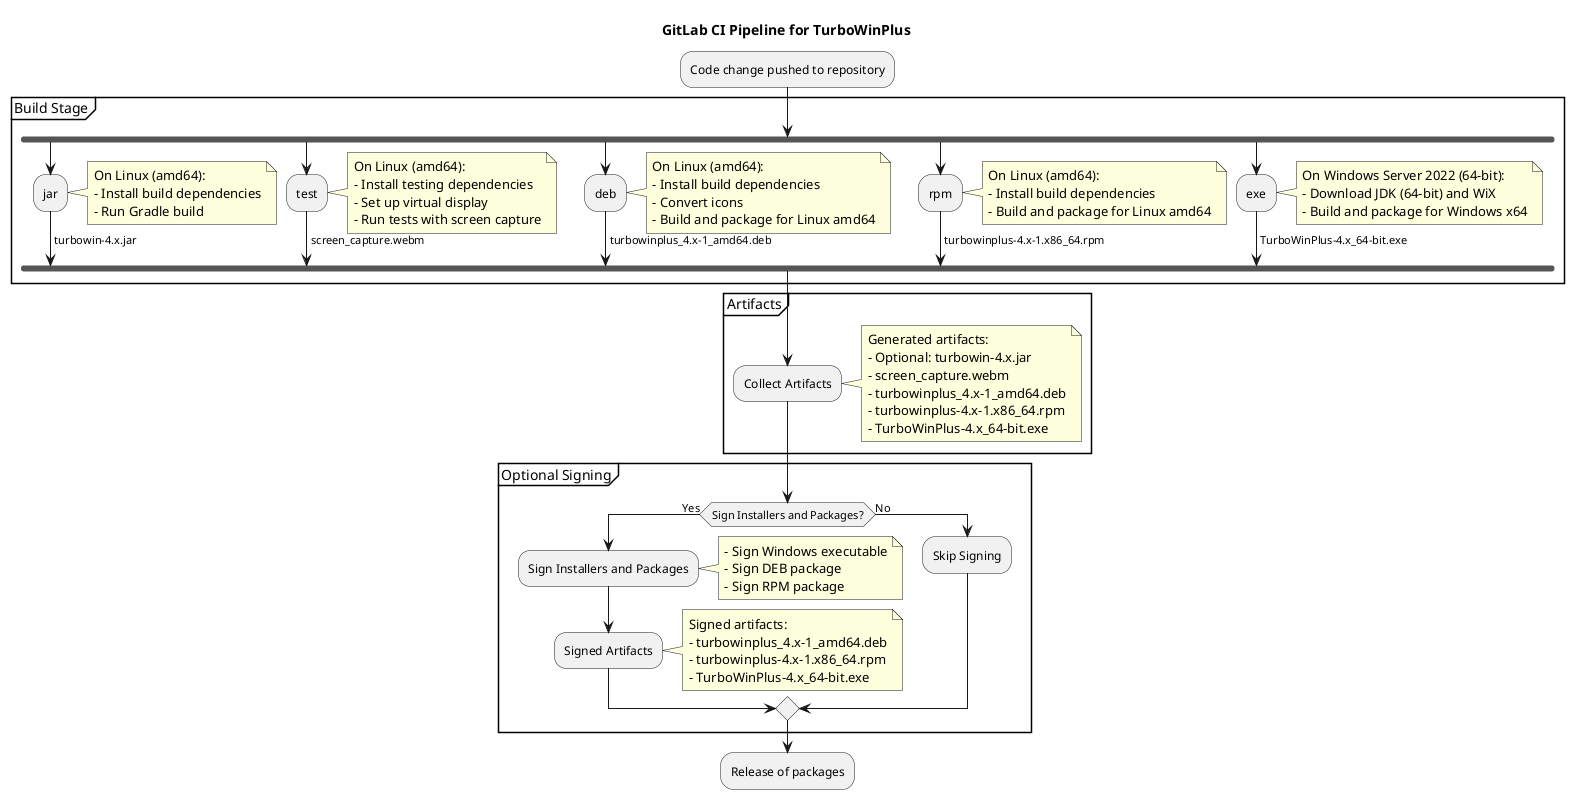
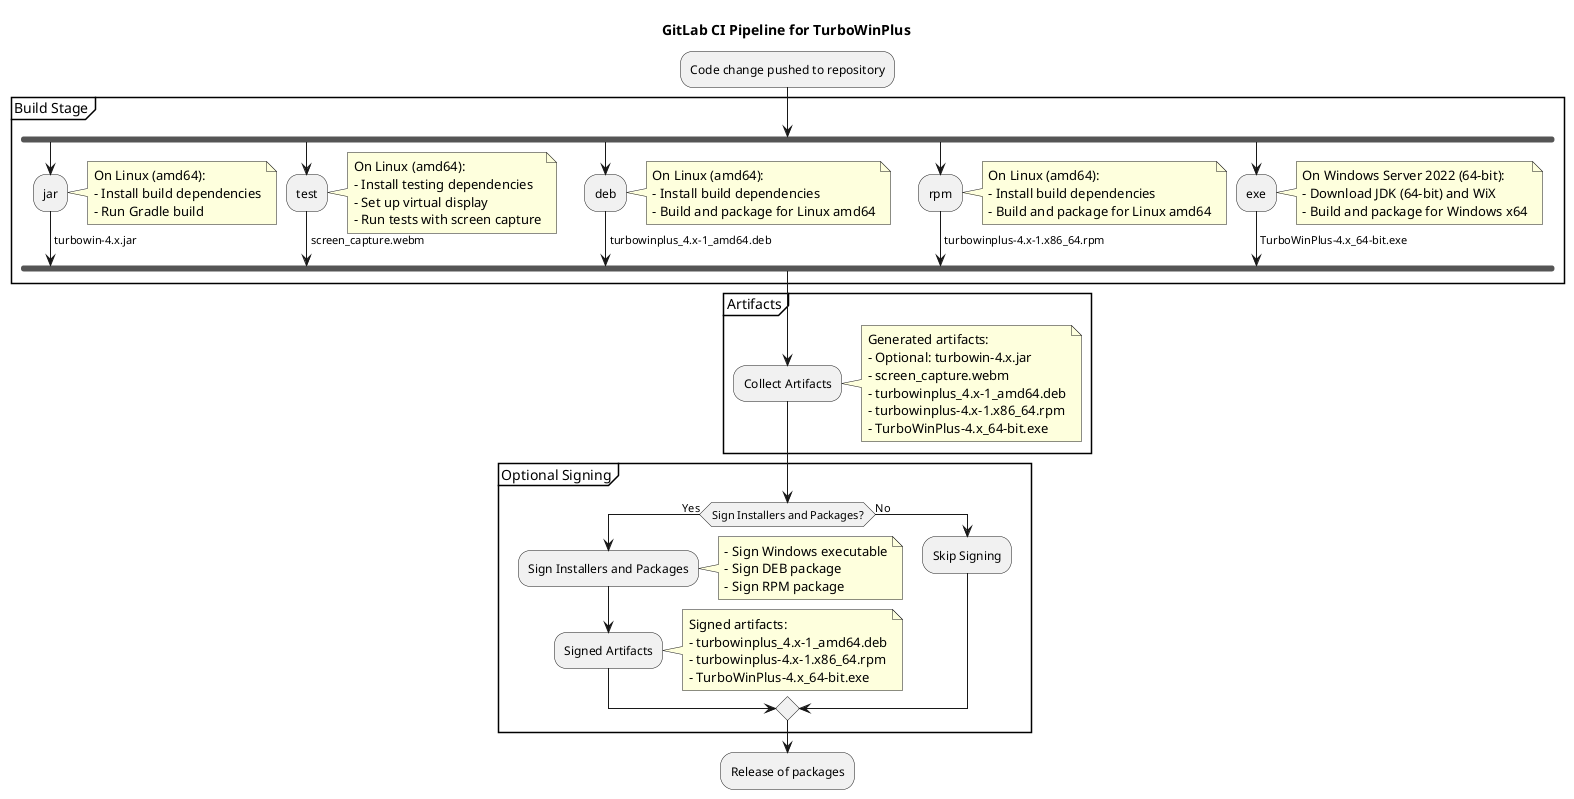
@startuml
skinparam rectangle {
    BackgroundColor<<Build Stage>> LightBlue
    BackgroundColor<<Artifacts>> LightYellow
    BackgroundColor<<Optional Signing>> LightGray
}

title GitLab CI Pipeline for TurboWinPlus

:Code change pushed to repository;

partition "Build Stage" <<Build Stage>> {
    fork
        :jar;
        note right
            On Linux (amd64):
            - Install build dependencies
            - Run Gradle build
        end note
        -> turbowin-4.x.jar;
    fork again
        :test;
        note right
            On Linux (amd64):
            - Install testing dependencies
            - Set up virtual display
            - Run tests with screen capture
        end note
        -> screen_capture.webm;
    fork again
        :deb;
        note right
            On Linux (amd64):
            - Install build dependencies
-             - Convert icons
            - Build and package for Linux amd64
        end note
        -> turbowinplus_4.x-1_amd64.deb;
    fork again
        :rpm;
        note right
            On Linux (amd64):
            - Install build dependencies
            - Build and package for Linux amd64
        end note
        -> turbowinplus-4.x-1.x86_64.rpm;
    fork again
        :exe;
        note right
            On Windows Server 2022 (64-bit):
            - Download JDK (64-bit) and WiX
            - Build and package for Windows x64
        end note
        -> TurboWinPlus-4.x_64-bit.exe;
    end fork
}

partition "Artifacts" <<Artifacts>> {
    :Collect Artifacts;
    note right
        Generated artifacts:
        - Optional: turbowin-4.x.jar
        - screen_capture.webm
        - turbowinplus_4.x-1_amd64.deb
        - turbowinplus-4.x-1.x86_64.rpm
        - TurboWinPlus-4.x_64-bit.exe
    end note
}

partition "Optional Signing" <<Optional Signing>> {
    if (Sign Installers and Packages?) then (Yes)
        :Sign Installers and Packages;
        note right
            - Sign Windows executable
            - Sign DEB package
            - Sign RPM package
        end note
        :Signed Artifacts;
        note right
            Signed artifacts:
            - turbowinplus_4.x-1_amd64.deb
            - turbowinplus-4.x-1.x86_64.rpm
            - TurboWinPlus-4.x_64-bit.exe
        end note
    else (No)
        :Skip Signing;
    endif
}

:Release of packages;
@enduml
